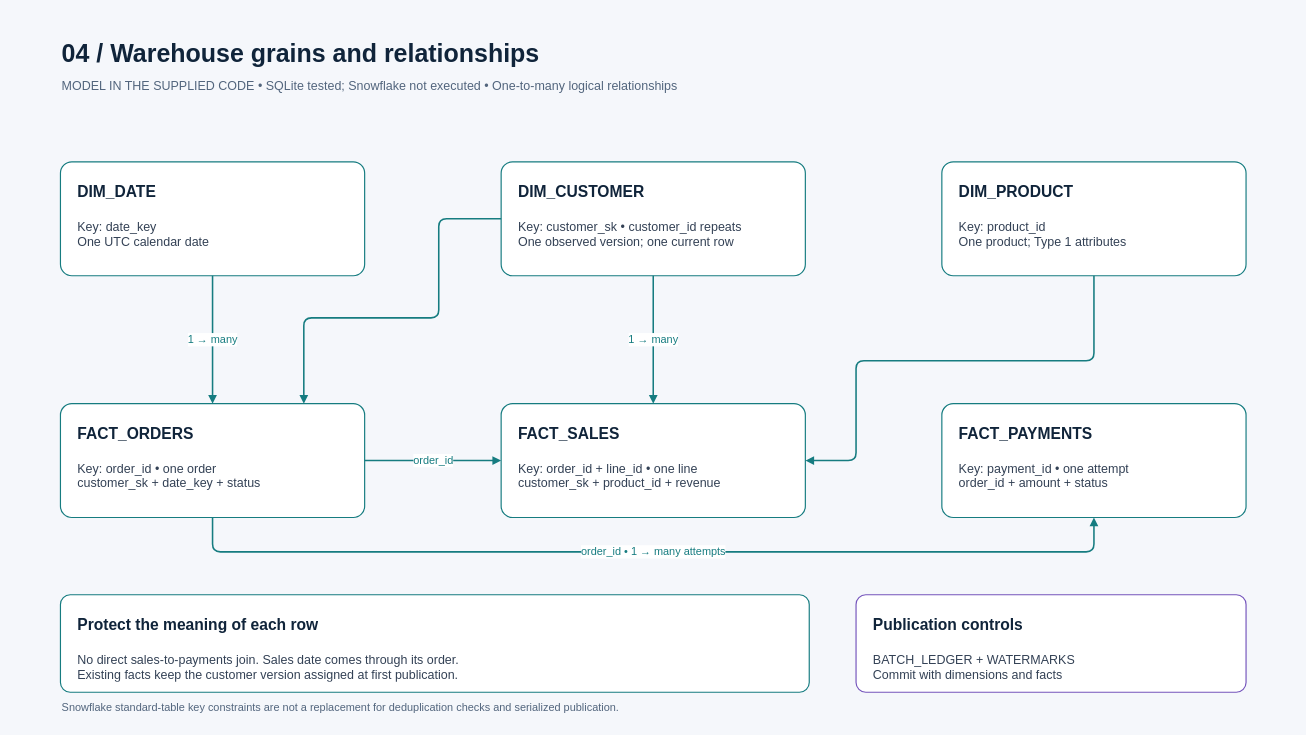
Before: page "04 / Warehouse grains and relationships" (4 of 4) of docs/diagrams/ecommerce-architecture.drawio in datainteg/end-to-end-data-engineering-project, a draw.io diagram. Source tidied: cells renumbered, new cells numbered last; positions are measured from the earlier drawing's top-left corner, leaving out a move shared by most shapes. Both pictures are drawn from the tidied source at 78%, with x=0, y=0 at pixel (60, 34).
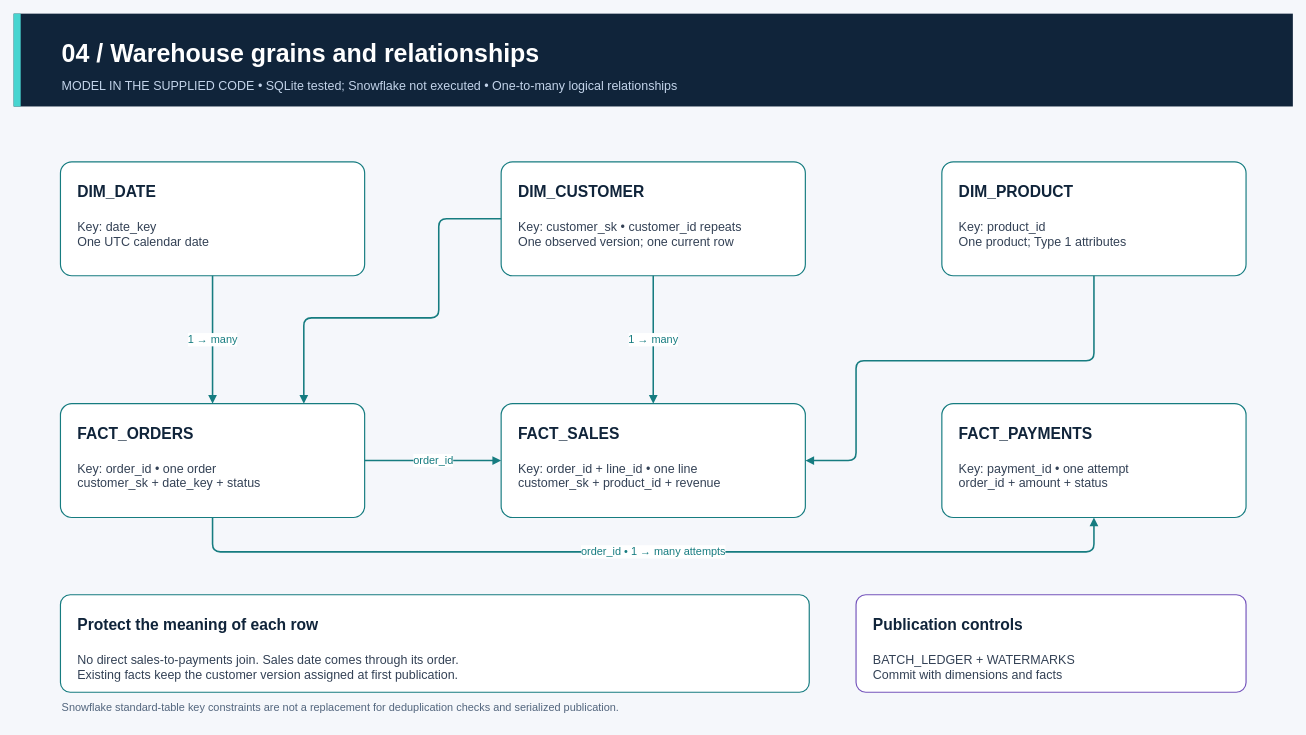
The same page after the edit.

The edit, as a diff of the source:
```diff
@@
+    <mxCell id="35" style="fillColor=#10243A;strokeColor=none;" parent="1" vertex="1">
+      <mxGeometry x="-60" y="-27" width="1640" height="119" as="geometry" />
+    </mxCell>
+    <mxCell id="36" style="fillColor=#48D5D0;strokeColor=none;" parent="1" vertex="1">
+      <mxGeometry x="-60" y="-27" width="9" height="119" as="geometry" />
+    </mxCell>
-    <mxCell id="2" value="04 / Warehouse grains and relationships" style="text;html=1;align=left;verticalAlign=middle;whiteSpace=wrap;overflow=hidden;strokeColor=none;fillColor=none;fontFamily=Arial;fontSize=32;fontStyle=1;fontColor=#10243A;" parent="1" vertex="1">
+    <mxCell id="2" value="04 / Warehouse grains and relationships" style="text;html=1;align=left;verticalAlign=middle;whiteSpace=wrap;overflow=hidden;strokeColor=none;fillColor=none;fontFamily=Arial;fontSize=32;fontStyle=1;fontColor=#FFFFFF;" parent="1" vertex="1">
       <mxGeometry width="1520" height="48" as="geometry" />
     </mxCell>
-    <mxCell id="3" value="MODEL IN THE SUPPLIED CODE  •  SQLite tested; Snowflake not executed  •  One-to-many logical relationships" style="text;html=1;align=left;verticalAlign=middle;whiteSpace=wrap;overflow=hidden;strokeColor=none;fillColor=none;fontFamily=Arial;fontSize=16;fontColor=#52657D;" parent="1" vertex="1">
+    <mxCell id="3" value="MODEL IN THE SUPPLIED CODE  •  SQLite tested; Snowflake not executed  •  One-to-many logical relationships" style="text;html=1;align=left;verticalAlign=middle;whiteSpace=wrap;overflow=hidden;strokeColor=none;fillColor=none;fontFamily=Arial;fontSize=16;fontColor=#C3D4EA;" parent="1" vertex="1">
       <mxGeometry y="51" width="1520" height="30" as="geometry" />
     </mxCell>
```
